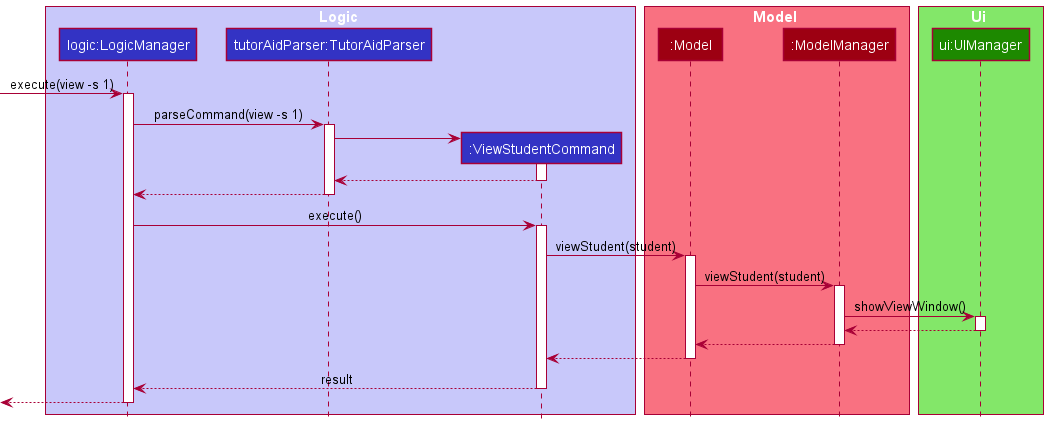
nus-cs2103-AY2122S1/tp keeps this PlantUML diagram as docs/images/ViewStudentSequenceDiagram.png. Above is the earlier version. The source it was exported from:
```plantuml
@startuml
!include style.puml

box Logic LOGIC_COLOR_T1
participant "logic:LogicManager" as LogicManager LOGIC_COLOR
participant "tutorAidParser:TutorAidParser" as TutorAidParser LOGIC_COLOR
participant ":ViewStudentCommand" as ViewStudentCommand LOGIC_COLOR
end box

box Model MODEL_COLOR_T1
participant ":Model" as Model MODEL_COLOR
participant ":ModelManager" as ModelManager MODEL_COLOR
end box

box Ui UI_COLOR_T1
participant "ui:UIManager" as UIManager UI_COLOR
end box

[-> LogicManager: execute(view -s 1)
activate LogicManager

LogicManager -> TutorAidParser: parseCommand(view -s 1)
activate TutorAidParser

create ViewStudentCommand
TutorAidParser -> ViewStudentCommand:
activate ViewStudentCommand

TutorAidParser <-- ViewStudentCommand:
deactivate ViewStudentCommand

LogicManager <-- TutorAidParser:
deactivate TutorAidParser

LogicManager -> ViewStudentCommand: execute()
activate ViewStudentCommand

ViewStudentCommand -> Model: viewStudent(student)
activate Model

Model -> ModelManager: viewStudent(student)
activate ModelManager

ModelManager -> UIManager: showViewWindow()
activate UIManager

ModelManager <-- UIManager:
deactivate UIManager

Model <-- ModelManager:
deactivate ModelManager

ViewStudentCommand <-- Model:
deactivate Model

LogicManager <-- ViewStudentCommand: result
deactivate ViewStudentCommand

[<-- LogicManager:
deactivate LogicManager
@enduml
```
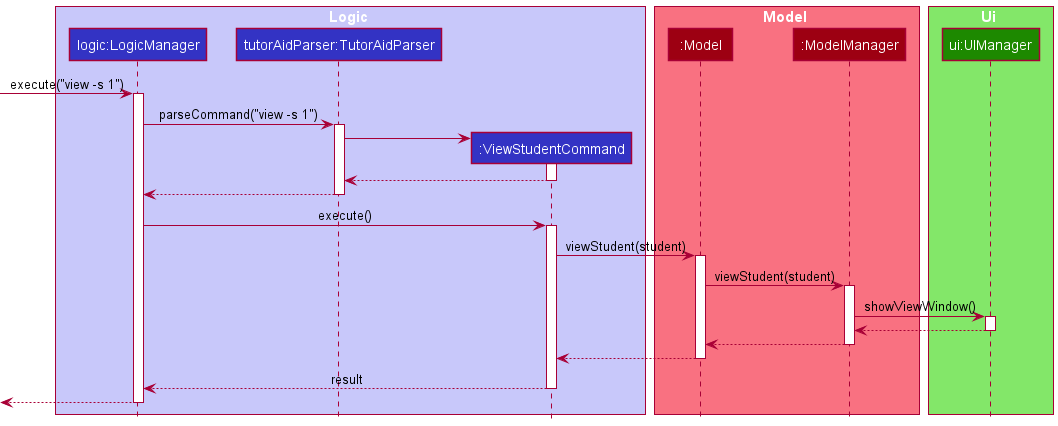
The same file after the commit.

Commit message:
Update DG for view student/lesson feature and minor changes to viewstudent sequence diagram

Diff of the diagram source:
```diff
@@ -16,10 +16,10 @@
 participant "ui:UIManager" as UIManager UI_COLOR
 end box
 
-[-> LogicManager: execute(view -s 1)
+[-> LogicManager: execute("view -s 1")
 activate LogicManager
 
-LogicManager -> TutorAidParser: parseCommand(view -s 1)
+LogicManager -> TutorAidParser: parseCommand("view -s 1")
 activate TutorAidParser
 
 create ViewStudentCommand
```
